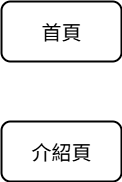
Before: images/parallel-stage_seq.png, a diagram exported from draw.io (Li732375/git_note). Source tidied: cells renumbered, new cells last; positions are measured from the earlier drawing's top-left corner, leaving out a move shared by most shapes. The source it was exported from:
```xml
<mxGraphModel>
  <root>
    <mxCell id="0" />
    <mxCell id="1" parent="0" />
    <mxCell id="2" value="&lt;font style=&quot;font-size: 20px;&quot;&gt;首頁&lt;/font&gt;" style="rounded=1;whiteSpace=wrap;html=1;fontColor=light-dark(#000000,#FFFFFF);strokeWidth=2;" parent="1" vertex="1">
      <mxGeometry width="120" height="60" as="geometry" />
    </mxCell>
    <mxCell id="3" value="&lt;span style=&quot;font-size: 20px;&quot;&gt;介紹頁&lt;/span&gt;" style="rounded=1;whiteSpace=wrap;html=1;fontColor=light-dark(#000000,#FFFFFF);strokeWidth=2;" parent="1" vertex="1">
      <mxGeometry y="120" width="120" height="60" as="geometry" />
    </mxCell>
  </root>
</mxGraphModel>
```
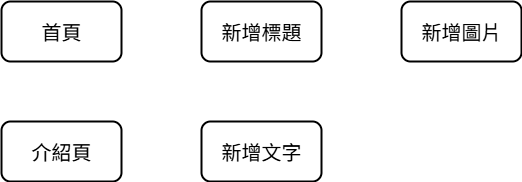
Later version of the same file.

Change to the diagram source:
```diff
@@ -2,11 +2,29 @@
   <root>
     <mxCell id="0" />
     <mxCell id="1" parent="0" />
+    <mxCell id="4" style="edgeStyle=orthogonalEdgeStyle;shape=connector;rounded=0;jettySize=auto;html=1;exitX=1;exitY=0.5;exitDx=0;exitDy=0;entryX=0;entryY=0.5;entryDx=0;entryDy=0;strokeColor=light-dark(#FFFFFF,#FFFFFF);strokeWidth=4;align=center;verticalAlign=middle;fontFamily=Helvetica;fontSize=11;fontColor=default;labelBackgroundColor=default;endArrow=classic;" parent="1" edge="1" source="2" target="7">
+      <mxGeometry relative="1" as="geometry" />
+    </mxCell>
     <mxCell id="2" value="&lt;font style=&quot;font-size: 20px;&quot;&gt;首頁&lt;/font&gt;" style="rounded=1;whiteSpace=wrap;html=1;fontColor=light-dark(#000000,#FFFFFF);strokeWidth=2;" parent="1" vertex="1">
       <mxGeometry width="120" height="60" as="geometry" />
     </mxCell>
+    <mxCell id="5" style="edgeStyle=orthogonalEdgeStyle;shape=connector;rounded=0;jettySize=auto;html=1;exitX=1;exitY=0.5;exitDx=0;exitDy=0;entryX=0;entryY=0.5;entryDx=0;entryDy=0;strokeColor=light-dark(#FFFFFF,#FFFFFF);strokeWidth=4;align=center;verticalAlign=middle;fontFamily=Helvetica;fontSize=11;fontColor=default;labelBackgroundColor=default;endArrow=classic;" parent="1" edge="1" source="3" target="9">
+      <mxGeometry relative="1" as="geometry" />
+    </mxCell>
     <mxCell id="3" value="&lt;span style=&quot;font-size: 20px;&quot;&gt;介紹頁&lt;/span&gt;" style="rounded=1;whiteSpace=wrap;html=1;fontColor=light-dark(#000000,#FFFFFF);strokeWidth=2;" parent="1" vertex="1">
       <mxGeometry y="120" width="120" height="60" as="geometry" />
     </mxCell>
+    <mxCell id="6" style="edgeStyle=orthogonalEdgeStyle;shape=connector;rounded=0;jettySize=auto;html=1;exitX=1;exitY=0.5;exitDx=0;exitDy=0;entryX=0;entryY=0.5;entryDx=0;entryDy=0;strokeColor=light-dark(#FFFFFF,#FFFFFF);strokeWidth=4;align=center;verticalAlign=middle;fontFamily=Helvetica;fontSize=11;fontColor=default;labelBackgroundColor=default;endArrow=classic;" parent="1" edge="1" source="7" target="8">
+      <mxGeometry relative="1" as="geometry" />
+    </mxCell>
+    <mxCell id="7" value="&lt;span style=&quot;font-size: 20px;&quot;&gt;新增標題&lt;/span&gt;" style="rounded=1;whiteSpace=wrap;html=1;fontColor=light-dark(#000000,#FFFFFF);strokeWidth=2;" parent="1" vertex="1">
+      <mxGeometry x="200" width="120" height="60" as="geometry" />
+    </mxCell>
+    <mxCell id="8" value="&lt;span style=&quot;font-size: 20px;&quot;&gt;新增圖片&lt;/span&gt;" style="rounded=1;whiteSpace=wrap;html=1;fontColor=light-dark(#000000,#FFFFFF);strokeWidth=2;" parent="1" vertex="1">
+      <mxGeometry x="400" width="120" height="60" as="geometry" />
+    </mxCell>
+    <mxCell id="9" value="&lt;span style=&quot;font-size: 20px;&quot;&gt;新增文字&lt;/span&gt;" style="rounded=1;whiteSpace=wrap;html=1;fontColor=light-dark(#000000,#FFFFFF);strokeWidth=2;" parent="1" vertex="1">
+      <mxGeometry x="200" y="120" width="120" height="60" as="geometry" />
+    </mxCell>
   </root>
 </mxGraphModel>
```
